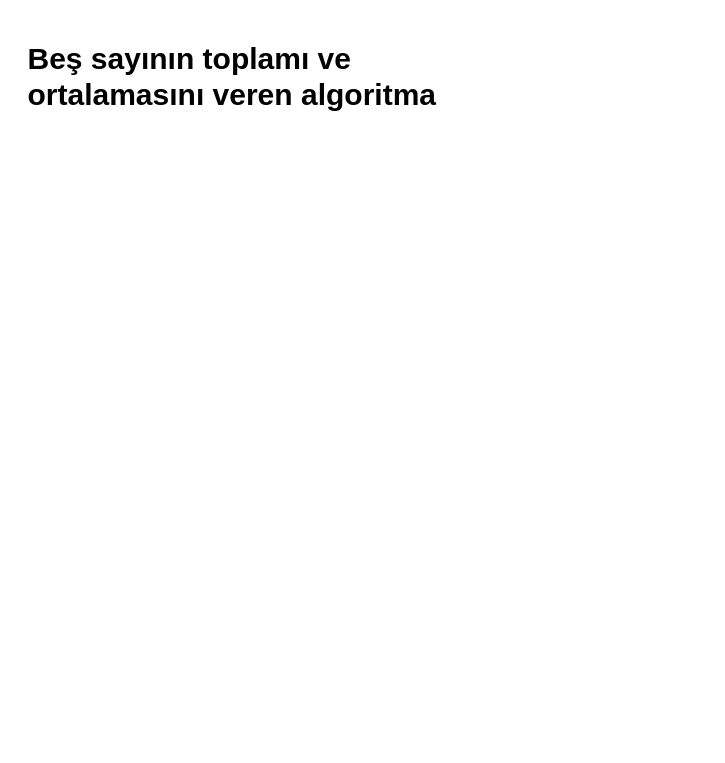
Earlier version of the draw.io diagram Ders 1/algo_örneği_2.drawio (flowerfatih/IUCYBER-Python-ile-Temel-Programlama). Source tidied: cells renumbered, new cells numbered last; positions are measured from the earlier drawing's top-left corner, leaving out a move shared by most shapes. Both pictures are drawn from the tidied source at 125%, with x=0, y=0 at pixel (21, 34).
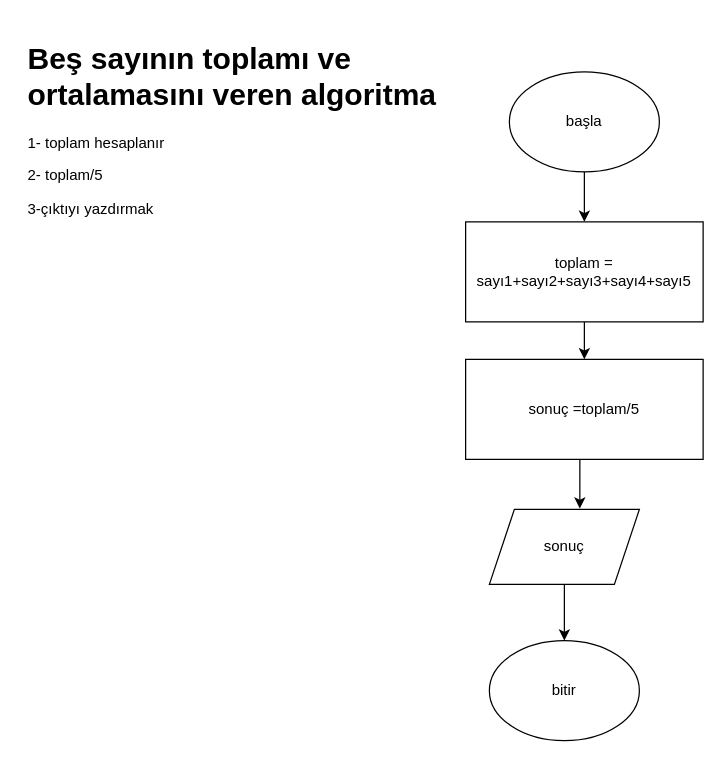
The same diagram, later.

Diff of the diagram source:
```diff
@@
 <mxGraphModel>
   <root>
     <mxCell id="0" />
     <mxCell id="1" parent="0" />
-    <mxCell id="2" value="&lt;h1&gt;Beş sayının toplamı ve ortalamasını veren algoritma&amp;nbsp;&lt;/h1&gt;&lt;p&gt;&lt;br&gt;&lt;/p&gt;" style="text;html=1;strokeColor=none;fillColor=none;spacing=5;spacingTop=-20;whiteSpace=wrap;overflow=hidden;rounded=0;" parent="1" vertex="1">
+    <mxCell id="2" value="&lt;h1&gt;Beş sayının toplamı ve ortalamasını veren algoritma&amp;nbsp;&lt;/h1&gt;&lt;p&gt;1- toplam hesaplanır&lt;/p&gt;&lt;p&gt;2- toplam/5&lt;/p&gt;&lt;p&gt;3-çıktıyı yazdırmak&lt;/p&gt;" style="text;html=1;strokeColor=none;fillColor=none;spacing=5;spacingTop=-20;whiteSpace=wrap;overflow=hidden;rounded=0;" parent="1" vertex="1">
       <mxGeometry width="400" height="220" as="geometry" />
     </mxCell>
+    <mxCell id="3" style="edgeStyle=orthogonalEdgeStyle;rounded=0;jettySize=auto;html=1;" parent="1" edge="1" source="4" target="7">
+      <mxGeometry relative="1" as="geometry" />
+    </mxCell>
+    <mxCell id="4" value="başla" style="ellipse;whiteSpace=wrap;html=1;" parent="1" vertex="1">
+      <mxGeometry x="390" y="30" width="120" height="80" as="geometry" />
+    </mxCell>
+    <mxCell id="5" value="bitir" style="ellipse;whiteSpace=wrap;html=1;" parent="1" vertex="1">
+      <mxGeometry x="374" y="485" width="120" height="80" as="geometry" />
+    </mxCell>
+    <mxCell id="6" style="edgeStyle=orthogonalEdgeStyle;rounded=0;jettySize=auto;html=1;" parent="1" edge="1" source="7" target="9">
+      <mxGeometry relative="1" as="geometry" />
+    </mxCell>
+    <mxCell id="7" value="toplam = sayı1+sayı2+sayı3+sayı4+sayı5" style="rounded=0;whiteSpace=wrap;html=1;" parent="1" vertex="1">
+      <mxGeometry x="355" y="150" width="190" height="80" as="geometry" />
+    </mxCell>
+    <mxCell id="8" style="edgeStyle=orthogonalEdgeStyle;rounded=0;jettySize=auto;html=1;exitX=0.5;exitY=1;exitDx=0;exitDy=0;entryX=0.603;entryY=-0.011;entryDx=0;entryDy=0;entryPerimeter=0;" parent="1" edge="1" source="9" target="11">
+      <mxGeometry relative="1" as="geometry" />
+    </mxCell>
+    <mxCell id="9" value="sonuç =toplam/5" style="rounded=0;whiteSpace=wrap;html=1;" parent="1" vertex="1">
+      <mxGeometry x="355" y="260" width="190" height="80" as="geometry" />
+    </mxCell>
+    <mxCell id="10" style="edgeStyle=orthogonalEdgeStyle;rounded=0;jettySize=auto;html=1;entryX=0.5;entryY=0;entryDx=0;entryDy=0;" parent="1" edge="1" source="11" target="5">
+      <mxGeometry relative="1" as="geometry" />
+    </mxCell>
+    <mxCell id="11" value="sonuç" style="shape=parallelogram;perimeter=parallelogramPerimeter;whiteSpace=wrap;html=1;fixedSize=1;" parent="1" vertex="1">
+      <mxGeometry x="374" y="380" width="120" height="60" as="geometry" />
+    </mxCell>
   </root>
 </mxGraphModel>
```
